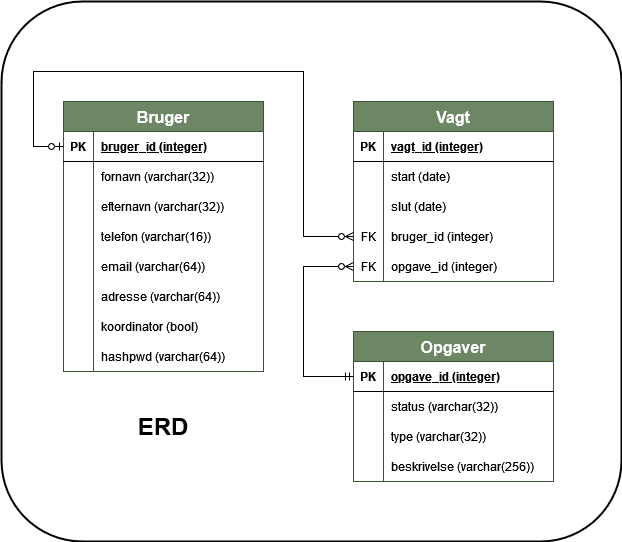
Earlier version of the draw.io export Filer/ERD.drawio.png (lynge96/JADA-Miljoefestival). Source tidied: cells renumbered, new cells last; positions are measured from the earlier drawing's top-left corner, leaving out a move shared by most shapes.
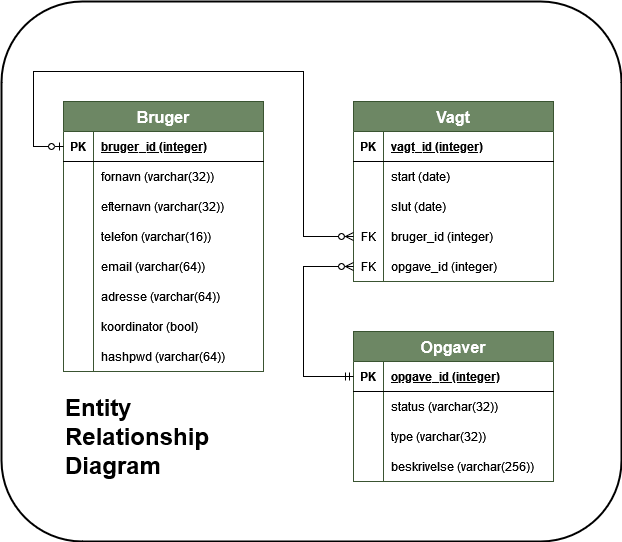
Above is the later version.

Commit message:
Diagrammer, igen

The edit, as a diff of the source:
```diff
@@ -2,7 +2,7 @@
   <root>
     <mxCell id="0" />
     <mxCell id="1" parent="0" />
-    <mxCell id="2" style="rounded=1;whiteSpace=wrap;html=1;labelBackgroundColor=none;fontSize=30;fontColor=default;labelBorderColor=none;fillColor=none;strokeWidth=2;glass=0;shadow=0;" parent="1" vertex="1">
+    <mxCell id="2" style="rounded=1;whiteSpace=wrap;html=1;labelBackgroundColor=none;fontSize=30;fontColor=default;labelBorderColor=none;fillColor=default;strokeWidth=2;glass=0;shadow=0;" parent="1" vertex="1">
       <mxGeometry width="620" height="540" as="geometry" />
     </mxCell>
     <mxCell id="3" value="Bruger" style="shape=table;startSize=30;rowLines=0;fontStyle=1;align=center;labelBackgroundColor=none;fillColor=#6d8764;strokeColor=#3A5431;fontColor=#ffffff;fontSize=16;" parent="1" vertex="1">
@@ -189,8 +189,8 @@
         </Array>
       </mxGeometry>
     </mxCell>
-    <mxCell id="59" value="&lt;h1&gt;ERD&lt;/h1&gt;" style="text;html=1;strokeColor=none;fillColor=none;align=center;verticalAlign=middle;whiteSpace=wrap;rounded=0;labelBackgroundColor=none;" parent="1" vertex="1">
-      <mxGeometry x="62" y="410" width="200" height="30" as="geometry" />
-    </mxCell>
+    <mxCell id="60" value="Entity Relationship Diagram" style="text;html=1;strokeColor=none;fillColor=none;align=left;verticalAlign=middle;whiteSpace=wrap;rounded=0;fontSize=24;fontStyle=1;" parent="1" vertex="1">
+      <mxGeometry x="62" y="420" width="50" height="30" as="geometry" />
+    </mxCell>
   </root>
 </mxGraphModel>
```
